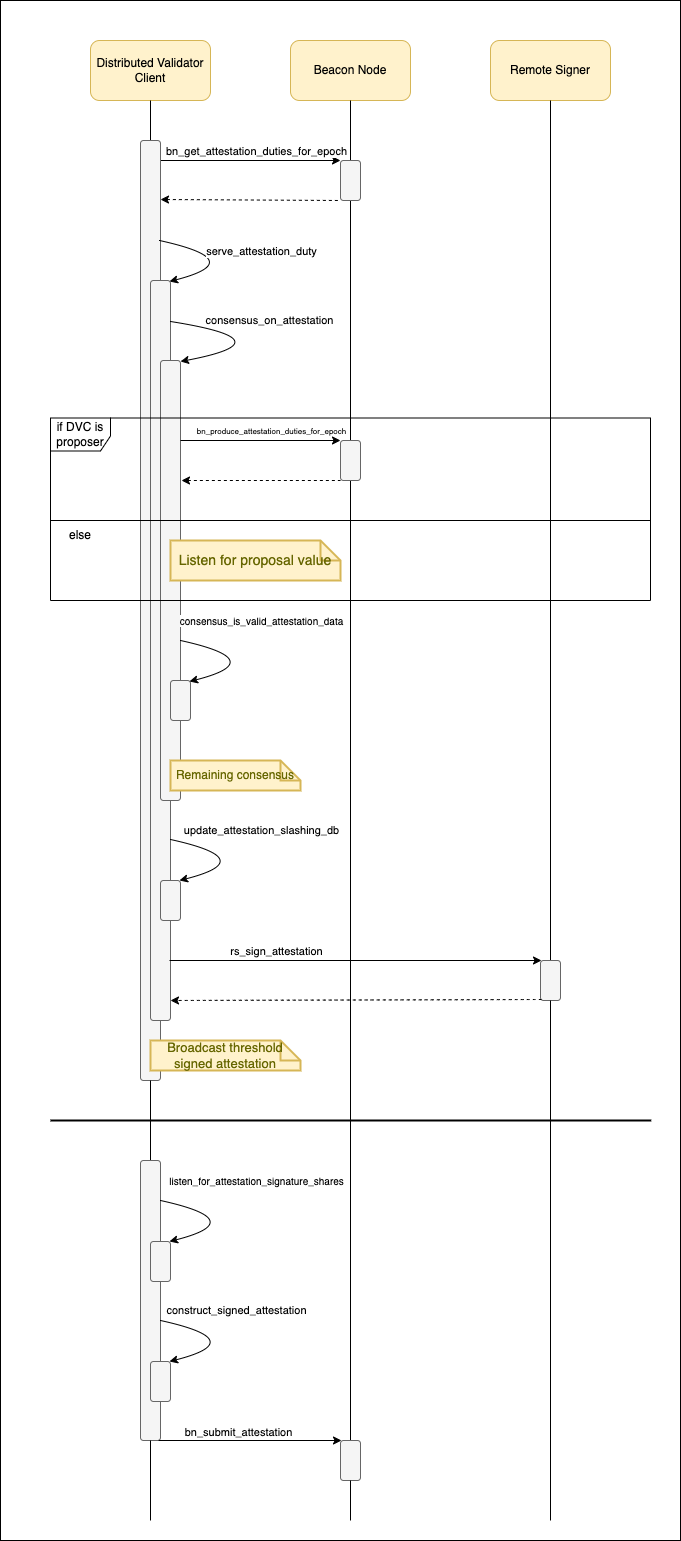
This is src/dvspec/figures/dv-attestation-production-process.png from ethereum/distributed-validator-specs, a draw.io export, as it was before one commit. Source tidied: cells renumbered, new cells last; positions are measured from the earlier drawing's top-left corner, leaving out a move shared by most shapes.
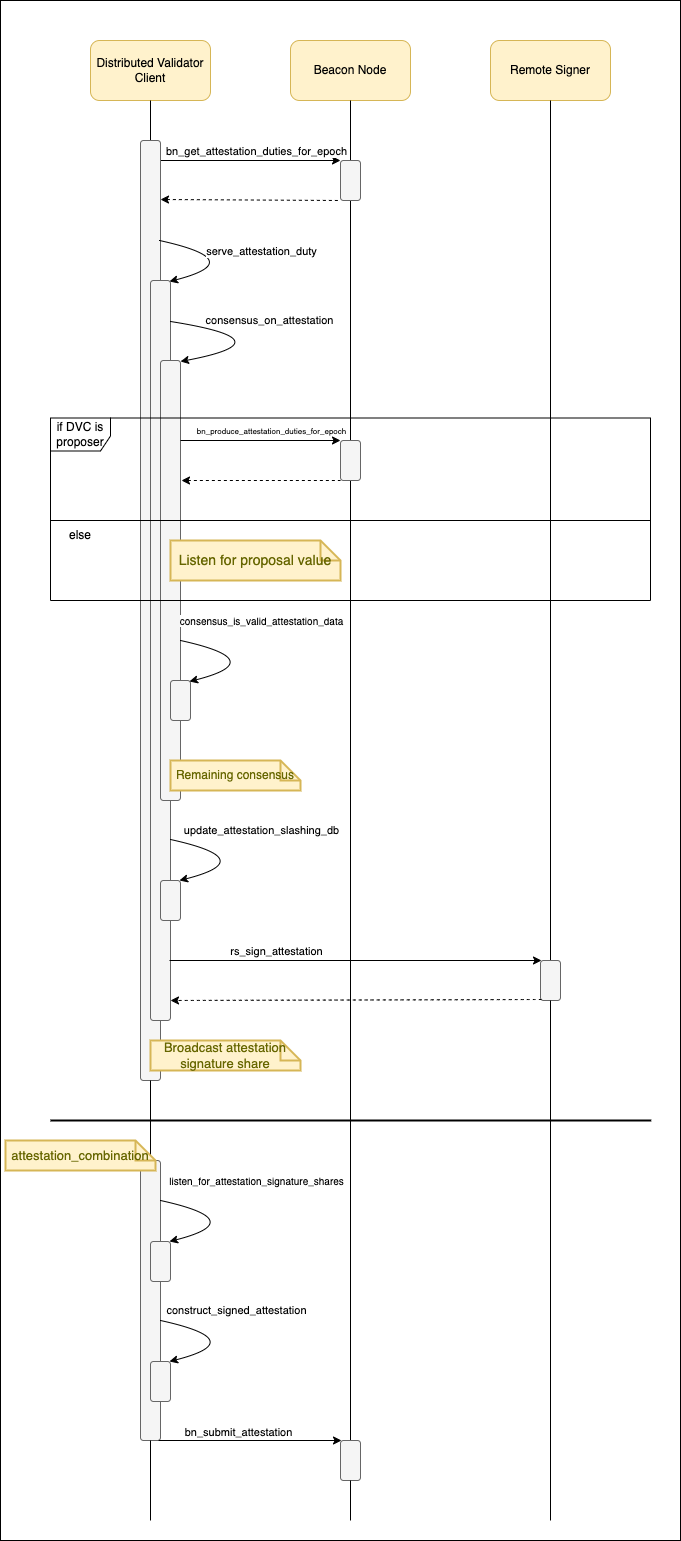
Above is the later version.

The edit, as a diff of the source:
```diff
@@ -167,7 +167,7 @@
         <mxPoint x="170" y="1000" as="targetPoint" />
       </mxGeometry>
     </mxCell>
-    <mxCell id="39" value="Broadcast threshold signed attestation" style="shape=note;strokeWidth=2;fontSize=13;size=20;whiteSpace=wrap;html=1;fillColor=#fff2cc;strokeColor=#d6b656;fontColor=#666600;" parent="1" vertex="1">
+    <mxCell id="39" value="Broadcast attestation signature share" style="shape=note;strokeWidth=2;fontSize=13;size=20;whiteSpace=wrap;html=1;fillColor=#fff2cc;strokeColor=#d6b656;fontColor=#666600;" parent="1" vertex="1">
       <mxGeometry x="150" y="1040" width="150" height="30" as="geometry" />
     </mxCell>
     <mxCell id="40" style="endArrow=none;html=1;curved=1;strokeWidth=2;" parent="1" edge="1">
@@ -243,5 +243,8 @@
     <mxCell id="54" value="else" style="text;html=1;strokeColor=none;fillColor=none;align=center;verticalAlign=middle;whiteSpace=wrap;rounded=0;fontSize=12;" parent="1" vertex="1">
       <mxGeometry x="50" y="520" width="60" height="30" as="geometry" />
     </mxCell>
+    <mxCell id="55" value="attestation_combination" style="shape=note;strokeWidth=2;fontSize=13;size=20;whiteSpace=wrap;html=1;fillColor=#fff2cc;strokeColor=#d6b656;fontColor=#666600;" parent="1" vertex="1">
+      <mxGeometry x="5" y="1140" width="150" height="30" as="geometry" />
+    </mxCell>
   </root>
 </mxGraphModel>
```
